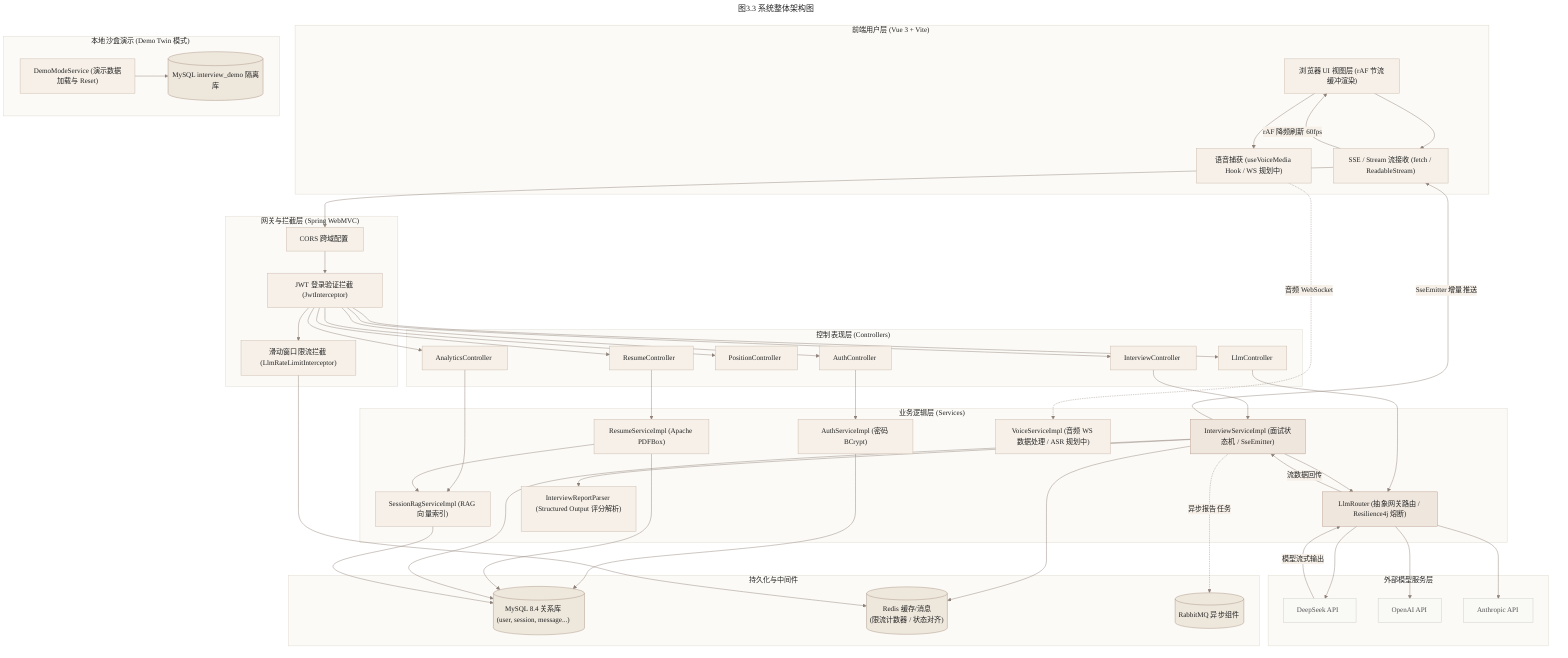
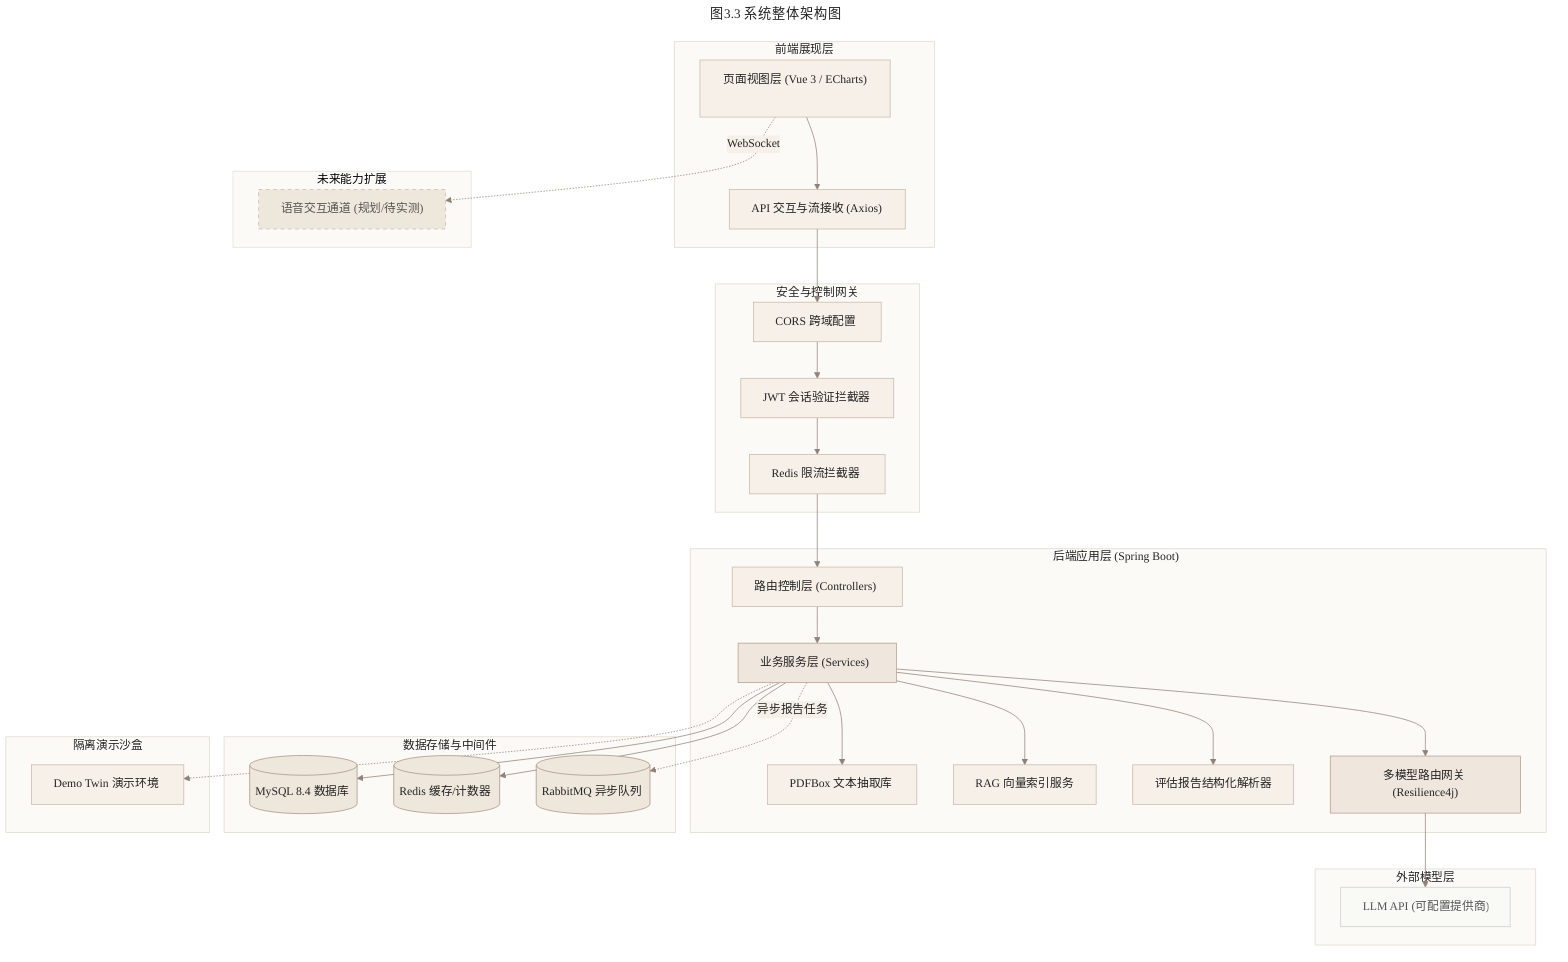
---
title: 图3.3 系统整体架构图
config:
  theme: base
  themeVariables:
    background: "#FAF8F2"
    primaryColor: "#EFE6DD"
    primaryBorderColor: "#B79A8B"
    primaryTextColor: "#252525"
    lineColor: "#8F8178"
    secondaryColor: "#F6F0E8"
    tertiaryColor: "#FBFAF6"
    fontFamily: "Microsoft YaHei, SimHei, Arial, sans-serif"
    fontSize: "16px"
---
flowchart TB
-   subgraph frontend["前端用户层 (Vue 3 + Vite)"]
-     ui["浏览器 UI 视图层 (rAF 节流缓冲渲染)"]
-     fe_stream["SSE / Stream 流接收 (fetch / ReadableStream)"]
-     fe_voice["语音捕获 (useVoiceMedia Hook / WS 规划中)"]
-     ui --> fe_stream
-     ui --> fe_voice
+   subgraph frontend["前端展现层"]
+     fe_ui["页面视图层 (Vue 3 / ECharts)"]
+     fe_api["API 交互与流接收 (Axios)"]
+     fe_ui --> fe_api
  end

-   subgraph interceptors["网关与拦截层 (Spring WebMVC)"]
-     cors["CORS 跨域配置"]
-     jwt_auth["JWT 登录验证拦截 (JwtInterceptor)"]
-     rate_limiter["滑动窗口限流拦截 (LlmRateLimitInterceptor)"]
-     cors --> jwt_auth --> rate_limiter
+   subgraph security_gate["安全与控制网关"]
+     gate_cors["CORS 跨域配置"]
+     gate_jwt["JWT 会话验证拦截器"]
+     gate_rate["Redis 限流拦截器"]
+     gate_cors --> gate_jwt --> gate_rate
  end

-   subgraph controllers["控制表现层 (Controllers)"]
-     auth_ctrl["AuthController"]
-     resume_ctrl["ResumeController"]
-     position_ctrl["PositionController"]
-     interview_ctrl["InterviewController"]
-     analytics_ctrl["AnalyticsController"]
-     llm_ctrl["LlmController"]
+   subgraph backend["后端应用层 (Spring Boot)"]
+     mvc_ctrl["路由控制层 (Controllers)"]
+     biz_service["业务服务层 (Services)"]
+     pdfbox["PDFBox 文本抽取库"]
+     rag_service["RAG 向量索引服务"]
+     report_parser["评估报告结构化解析器"]
+     llm_router["多模型路由网关 (Resilience4j)"]
+ 
+     mvc_ctrl --> biz_service
+     biz_service --> pdfbox
+     biz_service --> rag_service
+     biz_service --> report_parser
+     biz_service --> llm_router
  end

-   subgraph services["业务逻辑层 (Services)"]
-     auth_svc["AuthServiceImpl (密码 BCrypt)"]
-     resume_svc["ResumeServiceImpl (Apache PDFBox)"]
-     session_rag["SessionRagServiceImpl (RAG 向量索引)"]
-     interview_svc["InterviewServiceImpl (面试状态机 / SseEmitter)"]
-     llm_router["LlmRouter (抽象网关路由 / Resilience4j 熔断)"]
-     report_parser["InterviewReportParser (Structured Output 评分解析)"]
-     voice_svc["VoiceServiceImpl (音频 WS 数据处理 / ASR 规划中)"]
+   subgraph middleware["数据存储与中间件"]
+     db_mysql[("MySQL 8.4 数据库")]
+     db_redis[("Redis 缓存/计数器")]
+     mq_rabbitmq[("RabbitMQ 异步队列")]
  end

-   subgraph data_storage["持久化与中间件"]
-     mysql_db[("MySQL 8.4 关系库<br/>(user, session, message...)")]
-     redis_store[("Redis 缓存/消息<br/>(限流计数器 / 状态对齐)")]
-     rabbitmq_mq[("RabbitMQ 异步组件")]
+   subgraph external["外部模型层"]
+     llm_external["LLM API (可配置提供商)"]
  end

-   subgraph external["外部模型服务层"]
-     deepseek["DeepSeek API"]
-     openai["OpenAI API"]
-     anthropic["Anthropic API"]
+   subgraph sandbox["隔离演示沙盒"]
+     demo_sandbox["Demo Twin 演示环境"]
  end

-   subgraph sandbox["本地沙盒演示 (Demo Twin 模式)"]
-     demo_svc["DemoModeService (演示数据加载与 Reset)"]
-     demo_db[("MySQL interview_demo 隔离库")]
-     demo_svc --> demo_db
+   subgraph planned["未来能力扩展"]
+     voice_plan["语音交互通道 (规划/待实测)"]
  end

-   %% 客户端发起与普通路由
-   fe_stream --> cors
-   fe_voice -.->|音频 WebSocket| voice_svc
+   fe_api --> gate_cors
+   gate_rate --> mvc_ctrl

-   jwt_auth --> auth_ctrl
-   jwt_auth --> resume_ctrl
-   jwt_auth --> position_ctrl
-   jwt_auth --> interview_ctrl
-   jwt_auth --> analytics_ctrl
-   jwt_auth --> llm_ctrl
+   biz_service --> db_mysql
+   biz_service --> db_redis
+   biz_service -.->|异步报告任务| mq_rabbitmq

-   %% 业务调用
-   auth_ctrl --> auth_svc
-   resume_ctrl --> resume_svc
-   interview_ctrl --> interview_svc
-   analytics_ctrl --> session_rag
-   llm_ctrl --> llm_router
- 
-   resume_svc --> session_rag
-   interview_svc --> llm_router
-   interview_svc --> report_parser
- 
-   %% 数据存储与中间件
-   auth_svc --> mysql_db
-   resume_svc --> mysql_db
-   interview_svc --> mysql_db
-   interview_svc --> redis_store
-   rate_limiter --> redis_store
- 
-   %% RAG 与 消息队列
-   session_rag --> mysql_db
-   interview_svc -.->|异步报告任务| rabbitmq_mq
- 
-   %% 模型路由
-   llm_router --> deepseek
-   llm_router --> openai
-   llm_router --> anthropic
- 
-   %% SSE 流式响应链路
-   deepseek -->|模型流式输出| llm_router
-   llm_router -->|流数据回传| interview_svc
-   interview_svc -->|SseEmitter 增量推送| fe_stream
-   fe_stream -->|rAF 降频刷新 60fps| ui
+   llm_router --> llm_external
+   biz_service -.-> demo_sandbox
+   fe_ui -.->|WebSocket| voice_plan

  classDef layer fill:#FBFAF6,stroke:#DED8CD,color:#252525
  classDef main fill:#EFE6DD,stroke:#B79A8B,color:#252525
  classDef node fill:#F6F0E8,stroke:#C8B7AA,color:#252525
  classDef store fill:#EEE7DC,stroke:#A89183,color:#252525
  classDef ext fill:#F9F9F6,stroke:#CCCCCC,color:#555555
-   classDef sse stroke:#2A7AE2,stroke-width:2px
+   classDef plan fill:#EEE7DC,stroke:#C8B7AA,stroke-dasharray: 5 5,color:#555555

-   class frontend,interceptors,controllers,services,data_storage,sandbox,external layer
-   class interview_svc,llm_router main
-   class ui,fe_stream,fe_voice,cors,jwt_auth,rate_limiter,auth_ctrl,resume_ctrl,position_ctrl,interview_ctrl,analytics_ctrl,llm_ctrl,auth_svc,resume_svc,session_rag,report_parser,voice_svc,demo_svc node
-   class mysql_db,redis_store,rabbitmq_mq,demo_db store
-   class deepseek,openai,anthropic ext
+   class frontend,security_gate,backend,middleware,external,sandbox layer
+   class biz_service,llm_router main
+   class fe_ui,fe_api,gate_cors,gate_jwt,gate_rate,mvc_ctrl,pdfbox,rag_service,report_parser,demo_sandbox node
+   class db_mysql,db_redis,mq_rabbitmq store
+   class llm_external ext
+   class voice_plan plan
